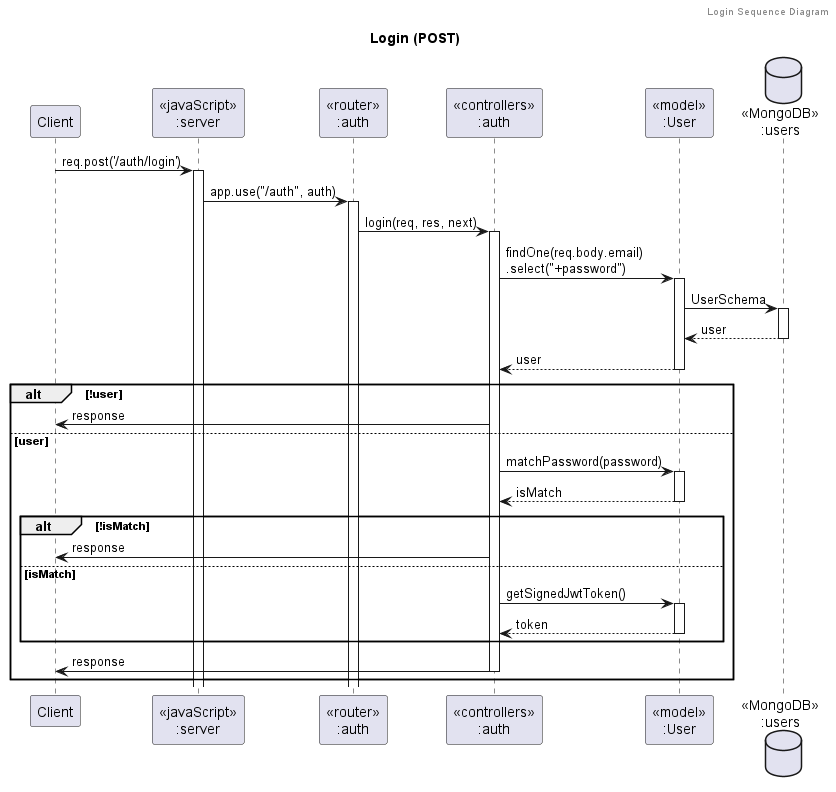
Above: out/diagrams/sequence_diagram/auth/login/Login (POST).png in its144prelationship-study/swdevprac-project (PlantUML), before the change.
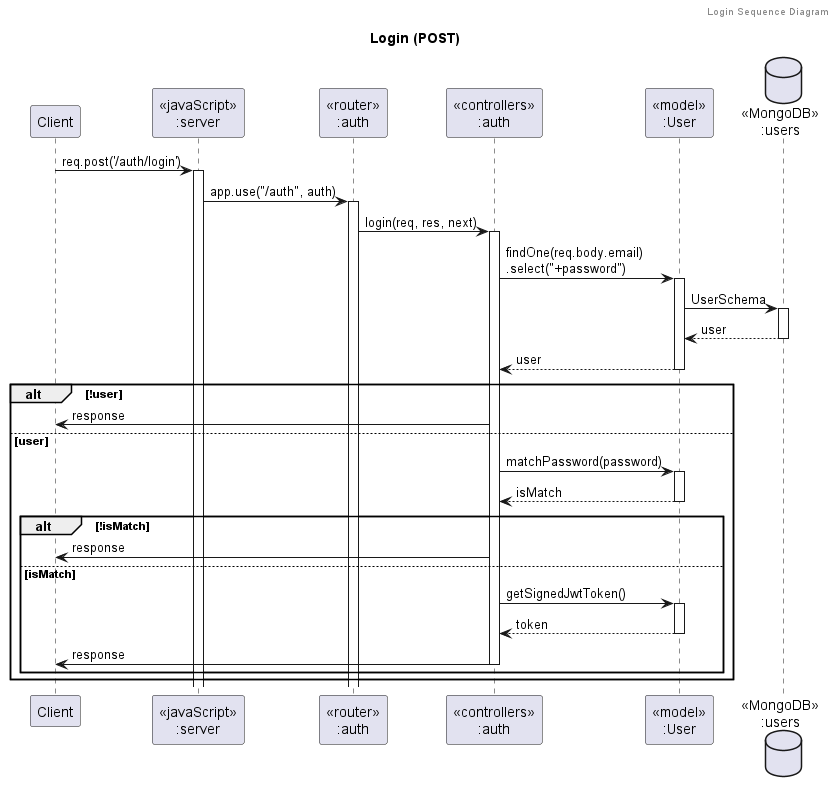
Later version of the same file.

Change to the diagram source:
```diff
@@ -10,11 +10,11 @@
 participant "<<model>>\n:User" as modelUser
 database "<<MongoDB>>\n:users" as UsersDatabase
 
-client->server ++:req.post('/auth/login')
-server->routerAuth ++:app.use("/auth", auth)
+client -> server ++:req.post('/auth/login')
+server -> routerAuth ++:app.use("/auth", auth)
 routerAuth -> controllersAuth ++:login(req, res, next)
-controllersAuth->modelUser ++:findOne(req.body.email)\n.select("+password")
-modelUser ->UsersDatabase ++: UserSchema
+controllersAuth -> modelUser ++:findOne(req.body.email)\n.select("+password")
+modelUser -> UsersDatabase ++: UserSchema
 UsersDatabase --> modelUser --: user
 controllersAuth <-- modelUser --: user
 alt !user
@@ -27,8 +27,8 @@
     else isMatch
         controllersAuth -> modelUser ++: getSignedJwtToken()
         controllersAuth <-- modelUser --: token
+        controllersAuth -> client --: response
     end
-    controllersAuth->client --: response
 end
 
 @enduml
```
